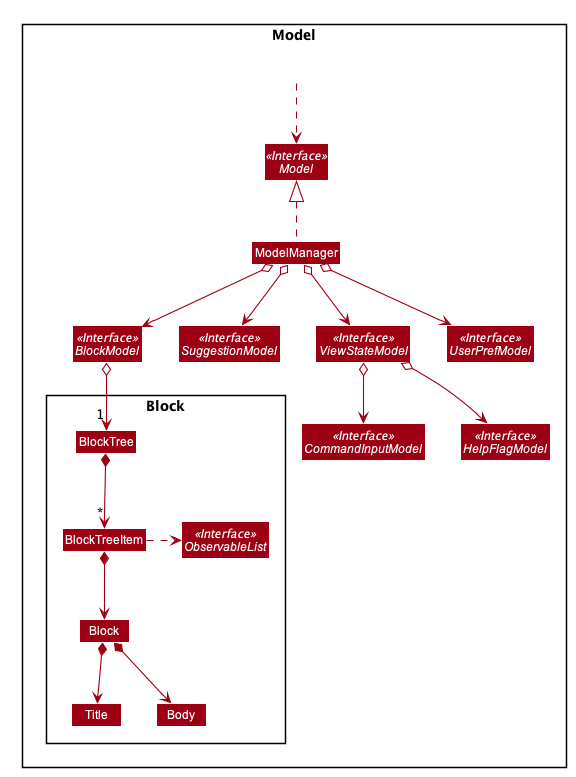
This is docs/images/ModelClassDiagram.png from nus-cs2103-AY1920S2/addressbook-level3, a PlantUML export, as it was before one commit.
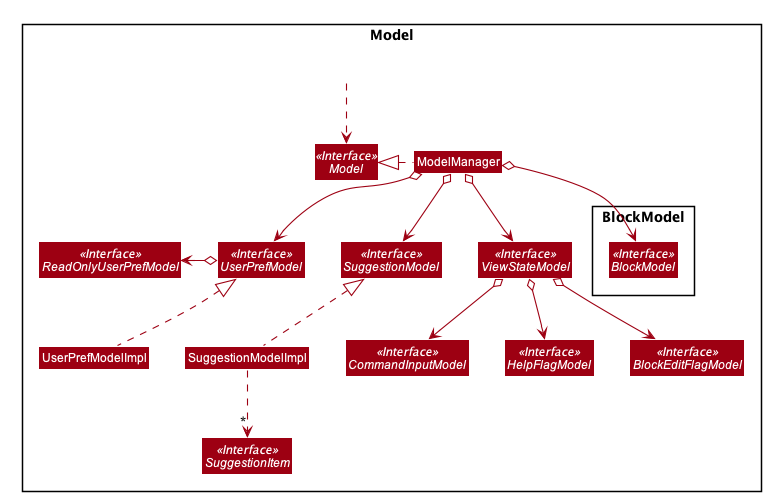
After the change.

Commit message:
Update the Model and Storage component information

Diff of the diagram source:
```diff
@@ -53,27 +53,26 @@
 
 Package Model <<Rectangle>>{
 Interface Model <<Interface>>
-Interface BlockModel <<Interface>>
 Interface SuggestionModel <<Interface>>
+Interface SuggestionItem <<Interface>>
 Interface ViewStateModel <<Interface>>
+Interface ReadOnlyUserPrefModel <<Interface>>
 Interface UserPrefModel <<Interface>>
 Interface CommandInputModel <<Interface>>
 Interface HelpFlagModel <<Interface>>
+Interface BlockEditFlagModel <<Interface>>
 Class ModelManager
+Class SuggestionModelImpl
+Class UserPrefModelImpl
 
-Package Block {
-Interface ObservableList <<Interface>>
-Class BlockTree
-Class BlockTreeItem
-Class Block
-Class Title
-Class Body
+Package BlockModel {
+Interface BlockModel <<Interface>>
 }
 
 Class HiddenOutside #FFFFFF
 HiddenOutside ..> Model
 
-ModelManager .up.|> Model
+ModelManager .left.|> Model
 
 ModelManager o-down-> BlockModel
 ModelManager o-down-> SuggestionModel
@@ -81,13 +80,10 @@
 ModelManager o-down-> UserPrefModel
 ViewStateModel o-down-> CommandInputModel
 ViewStateModel o-down-> HelpFlagModel
-
-BlockModel o-down-> "1" BlockTree
-
-BlockTree *--> "*" BlockTreeItem
-BlockTreeItem *--> Block
-BlockTreeItem .right.> ObservableList
-Block *-->  Title
-Block *-->  Body
+ViewStateModel o-down-> BlockEditFlagModel
+UserPrefModel o-left-> ReadOnlyUserPrefModel
+UserPrefModelImpl .up.|> UserPrefModel
+SuggestionModelImpl .up.|> SuggestionModel
+SuggestionModelImpl .down.> "*" SuggestionItem
 
 @enduml
```
